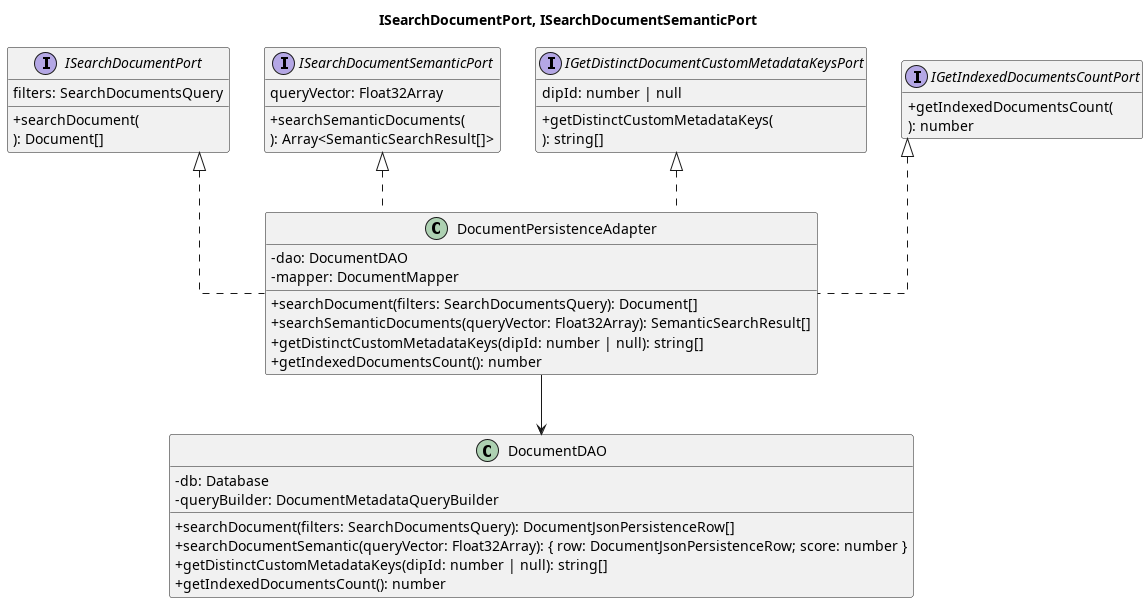
The PlantUML diagram out/3_PB/DocumentiEsterni/DiagrammiSpecificaTecnica/C4/C4_backend_Search/C4_backend_Search-8.png in 7-ZPUs/Docs, before a commit.
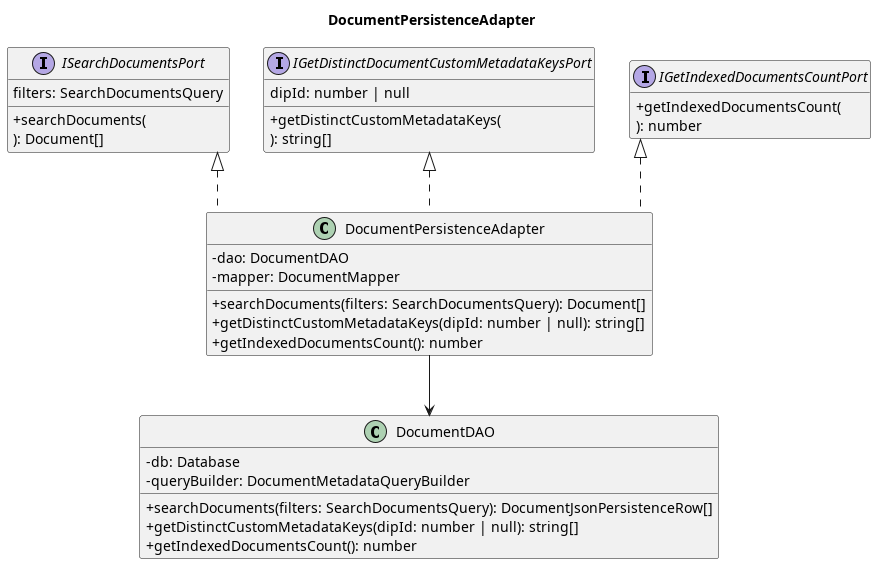
After the change.

What changed in the source:
```diff
@@ -1,20 +1,14 @@
 @startuml
-title ISearchDocumentPort, ISearchDocumentSemanticPort
+title DocumentPersistenceAdapter
 
 skinparam classAttributeIconSize 0
 skinparam linetype ortho
 hide empty members
 
-interface ISearchDocumentPort {
-    + searchDocument(
+interface ISearchDocumentsPort {
+    + searchDocuments(
         filters: SearchDocumentsQuery
     ): Document[]
-}
-
-interface ISearchDocumentSemanticPort {
-    + searchSemanticDocuments(
-        queryVector: Float32Array
-    ): Array<SemanticSearchResult[]>
 }
 
 interface IGetDistinctDocumentCustomMetadataKeysPort {
@@ -28,11 +22,10 @@
     ): number
 }
 
-class DocumentPersistenceAdapter implements ISearchDocumentPort, ISearchDocumentSemanticPort, IGetDistinctDocumentCustomMetadataKeysPort, IGetIndexedDocumentsCountPort {
+class DocumentPersistenceAdapter implements ISearchDocumentsPort, IGetDistinctDocumentCustomMetadataKeysPort, IGetIndexedDocumentsCountPort {
     - dao: DocumentDAO
     - mapper: DocumentMapper
-    + searchDocument(filters: SearchDocumentsQuery): Document[]
-    + searchSemanticDocuments(queryVector: Float32Array): SemanticSearchResult[]
+    + searchDocuments(filters: SearchDocumentsQuery): Document[]
     + getDistinctCustomMetadataKeys(dipId: number | null): string[]
     + getIndexedDocumentsCount(): number
 }
@@ -40,8 +33,7 @@
 class DocumentDAO {
     - db: Database
     - queryBuilder: DocumentMetadataQueryBuilder
-    + searchDocument(filters: SearchDocumentsQuery): DocumentJsonPersistenceRow[]
-    + searchDocumentSemantic(queryVector: Float32Array): { row: DocumentJsonPersistenceRow; score: number }
+    + searchDocuments(filters: SearchDocumentsQuery): DocumentJsonPersistenceRow[]
     + getDistinctCustomMetadataKeys(dipId: number | null): string[]
     + getIndexedDocumentsCount(): number
 }
```
